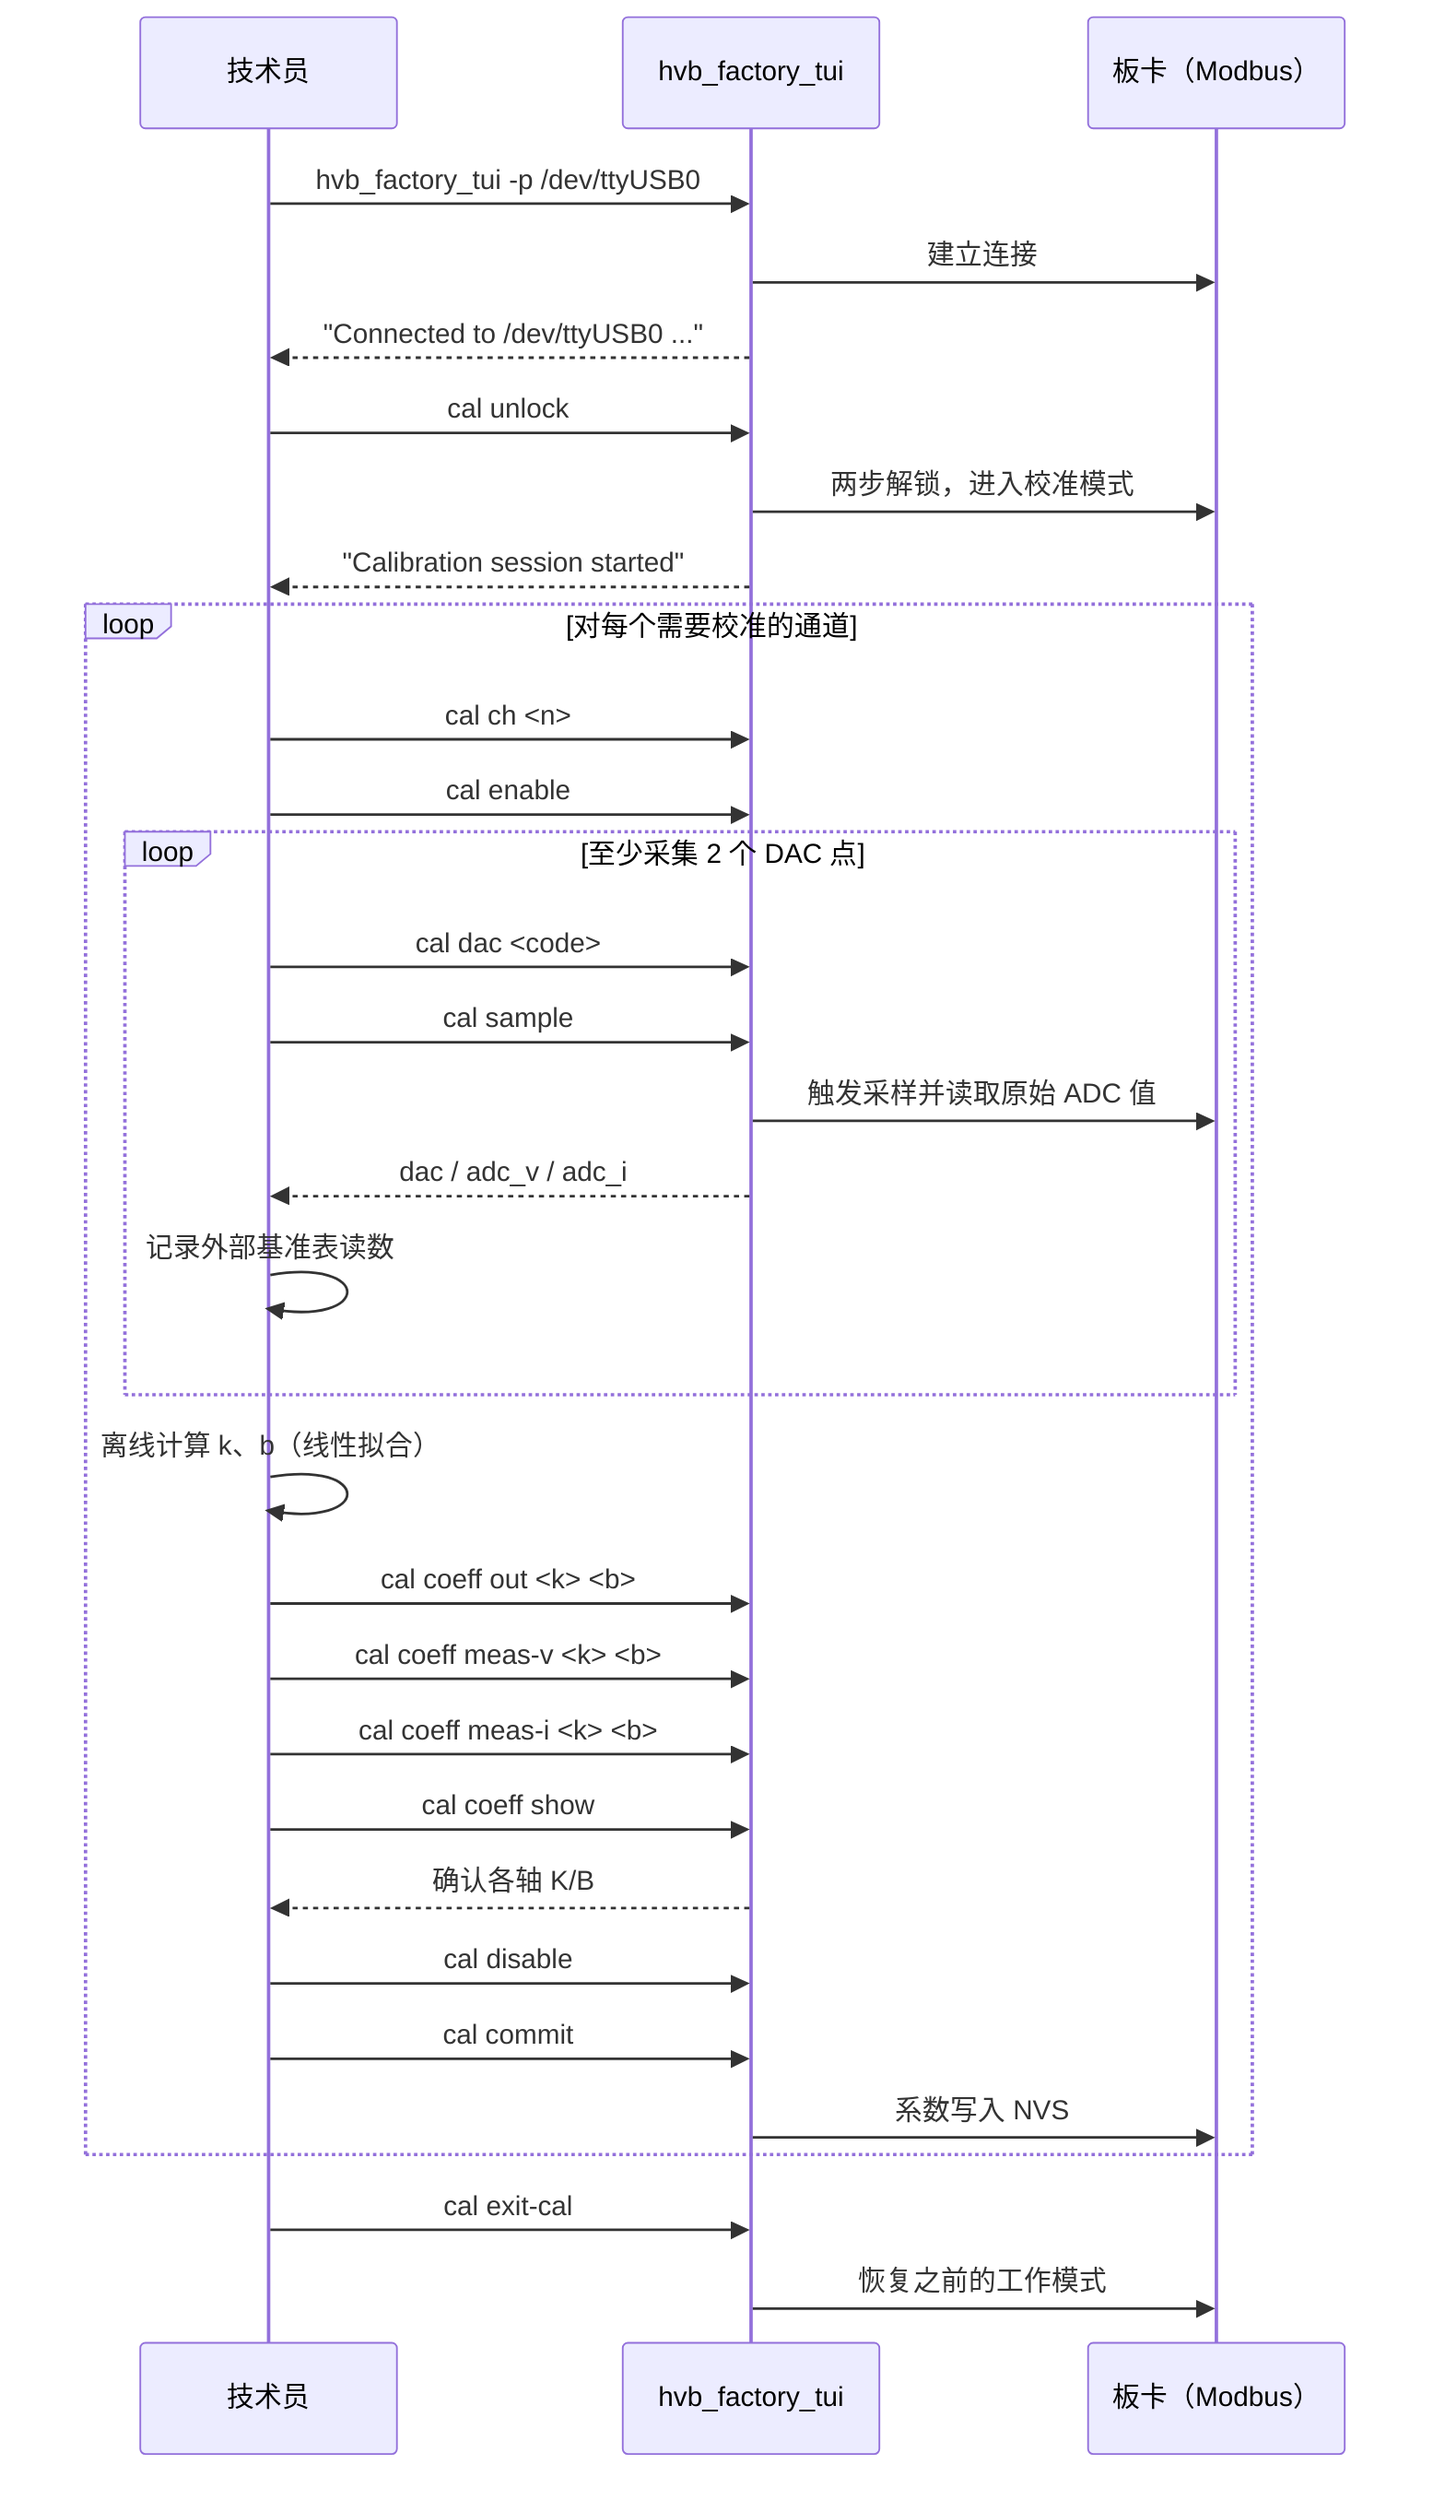
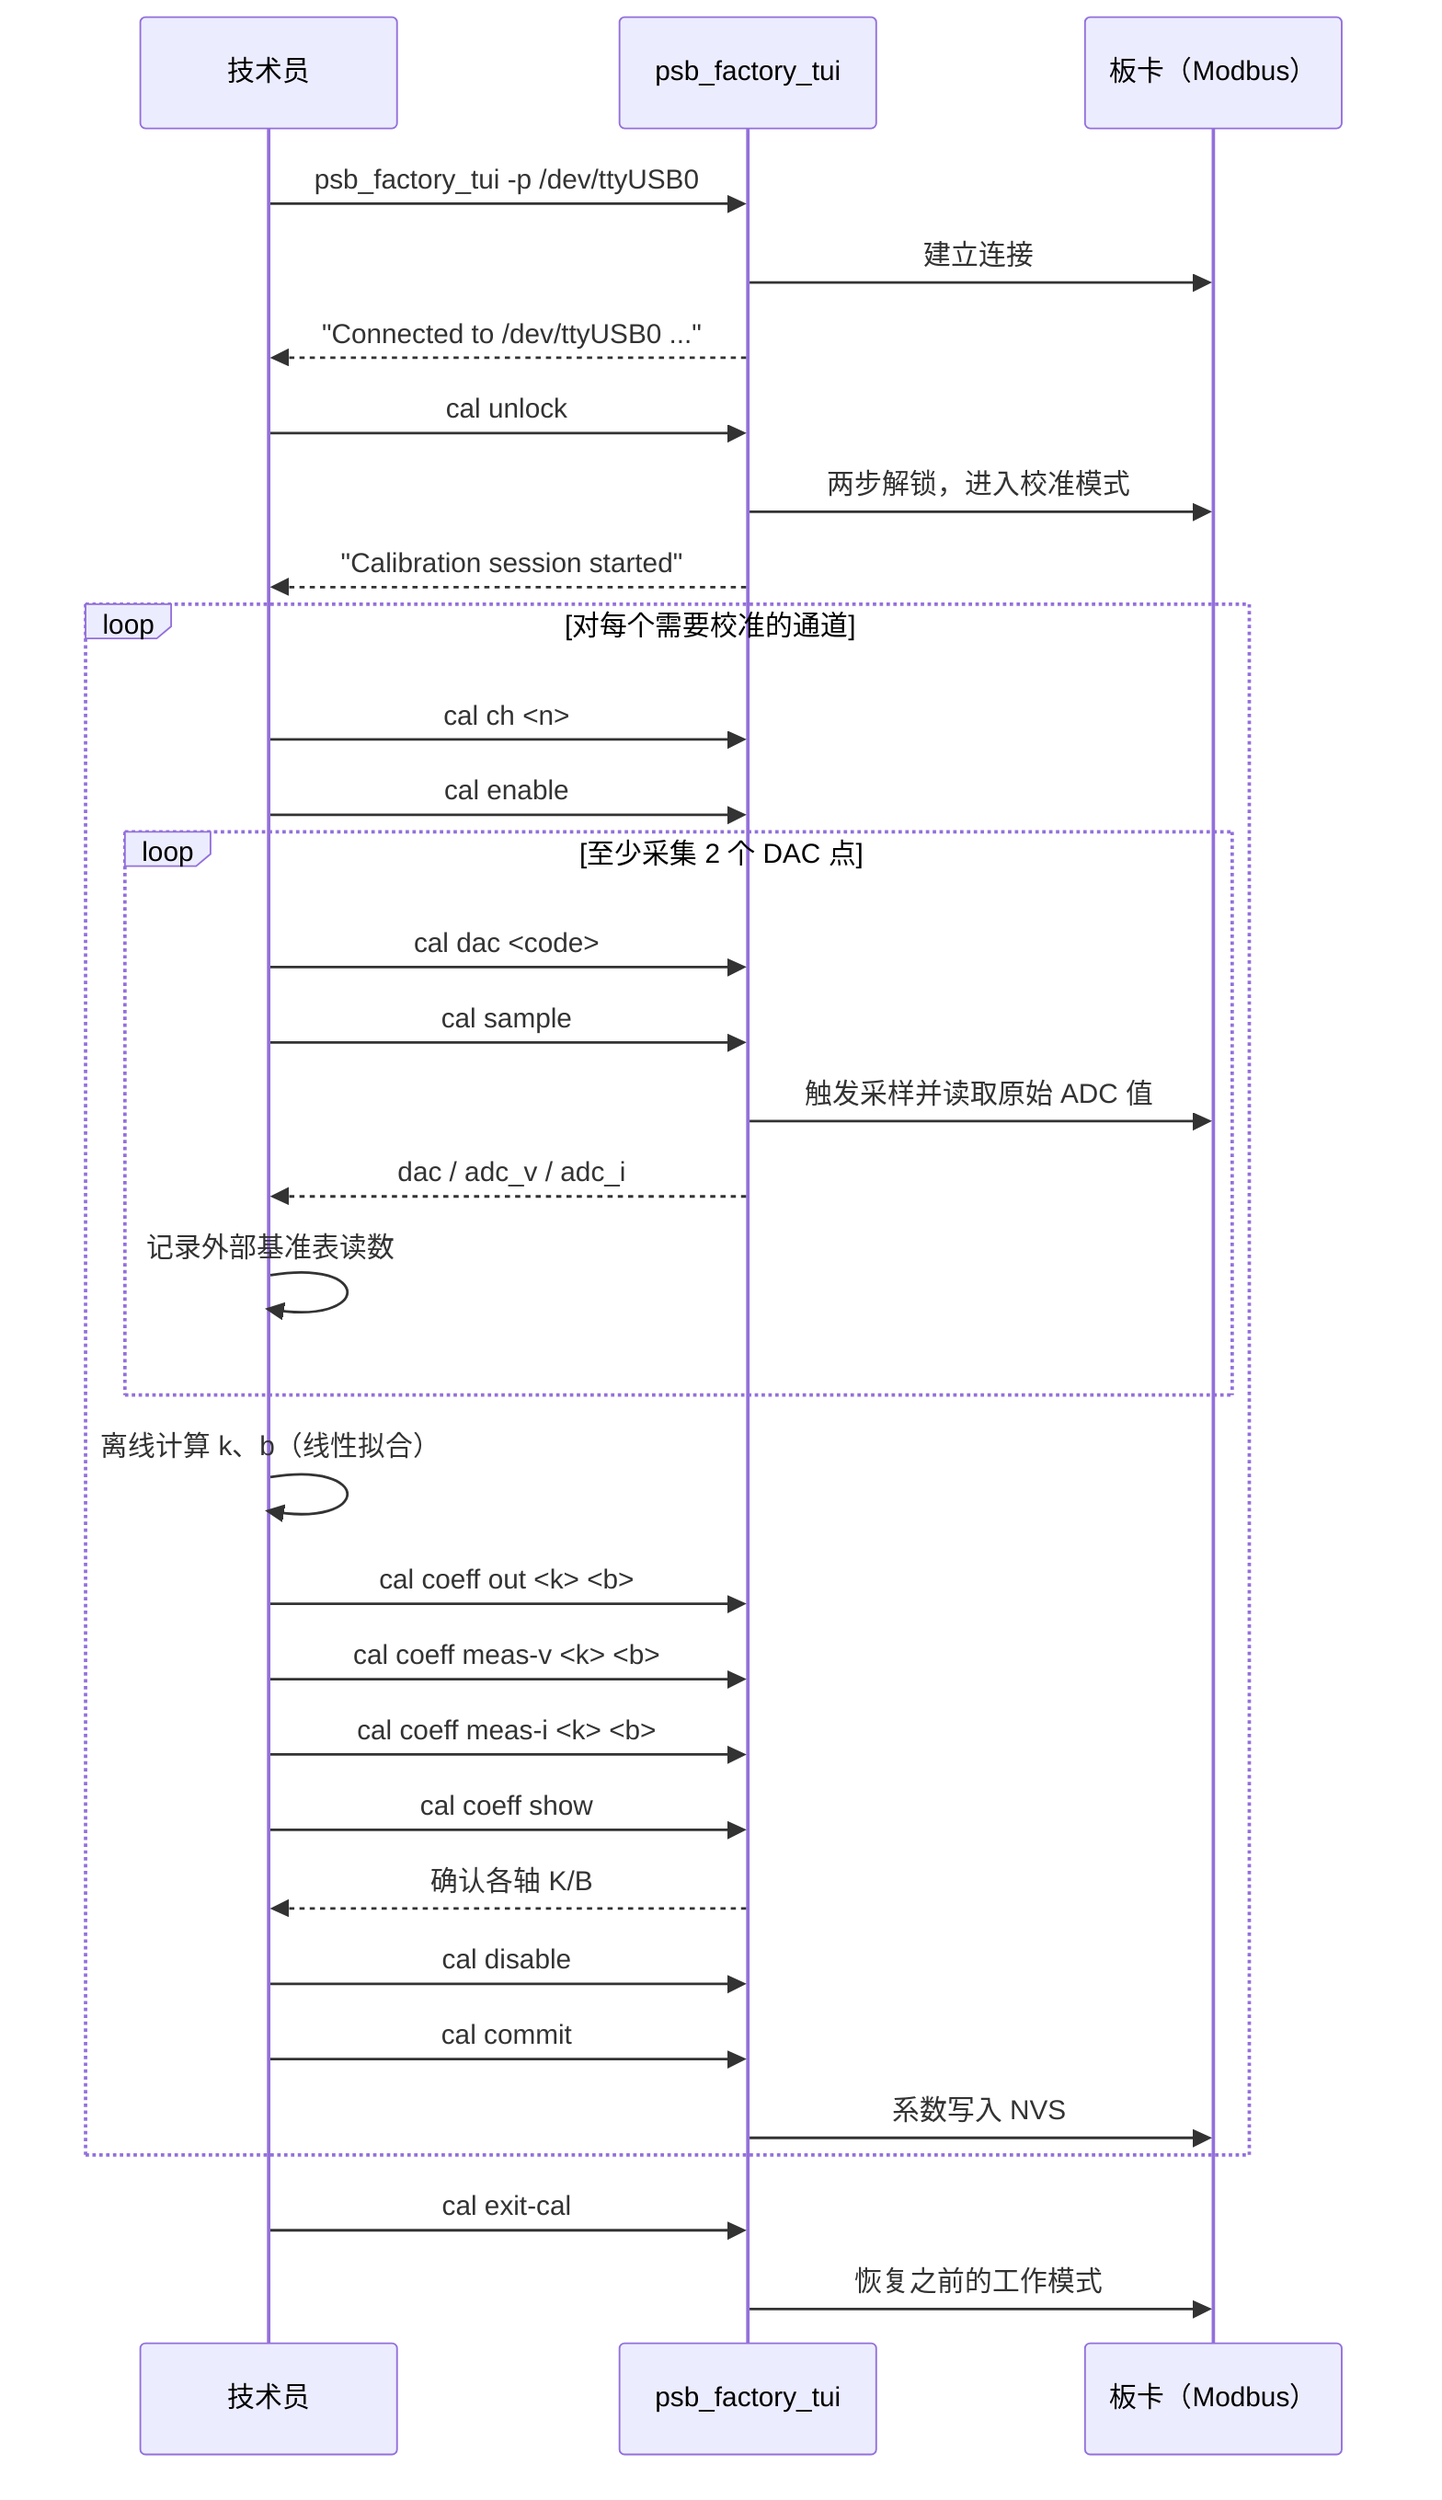
sequenceDiagram
  participant T as 技术员
-   participant Tool as hvb_factory_tui
+   participant Tool as psb_factory_tui
  participant Board as 板卡（Modbus）

-   T->>Tool: hvb_factory_tui -p /dev/ttyUSB0
+   T->>Tool: psb_factory_tui -p /dev/ttyUSB0
  Tool->>Board: 建立连接
  Tool-->>T: "Connected to /dev/ttyUSB0 ..."

  T->>Tool: cal unlock
  Tool->>Board: 两步解锁，进入校准模式
  Tool-->>T: "Calibration session started"

  loop 对每个需要校准的通道
    T->>Tool: cal ch <n>
    T->>Tool: cal enable

    loop 至少采集 2 个 DAC 点
      T->>Tool: cal dac <code>
      T->>Tool: cal sample
      Tool->>Board: 触发采样并读取原始 ADC 值
      Tool-->>T: dac / adc_v / adc_i
      T->>T: 记录外部基准表读数
    end

    T->>T: 离线计算 k、b（线性拟合）

    T->>Tool: cal coeff out <k> <b>
    T->>Tool: cal coeff meas-v <k> <b>
    T->>Tool: cal coeff meas-i <k> <b>
    T->>Tool: cal coeff show
    Tool-->>T: 确认各轴 K/B

    T->>Tool: cal disable
    T->>Tool: cal commit
    Tool->>Board: 系数写入 NVS
  end

  T->>Tool: cal exit-cal
  Tool->>Board: 恢复之前的工作模式
